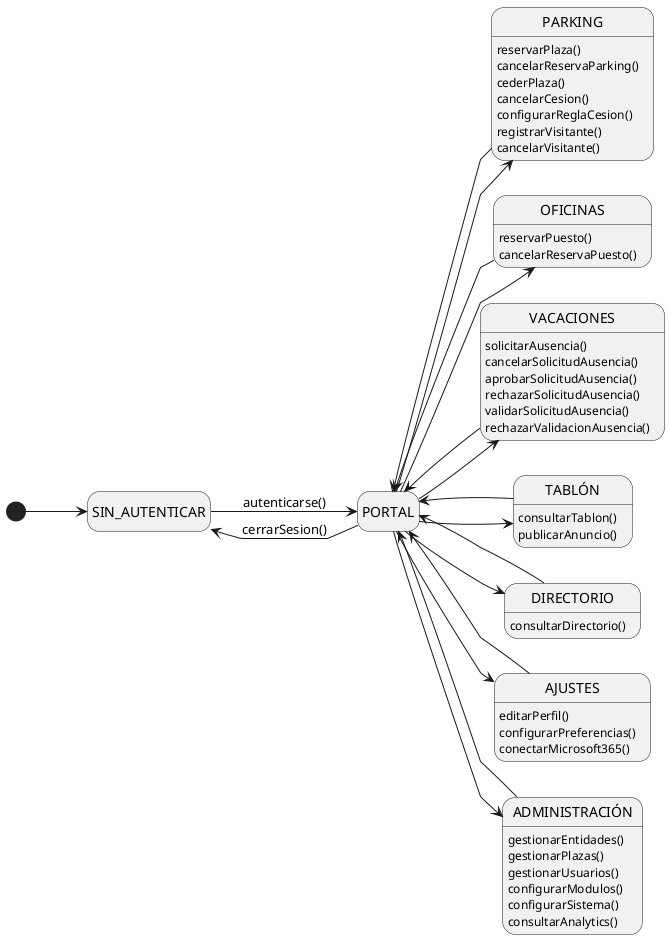
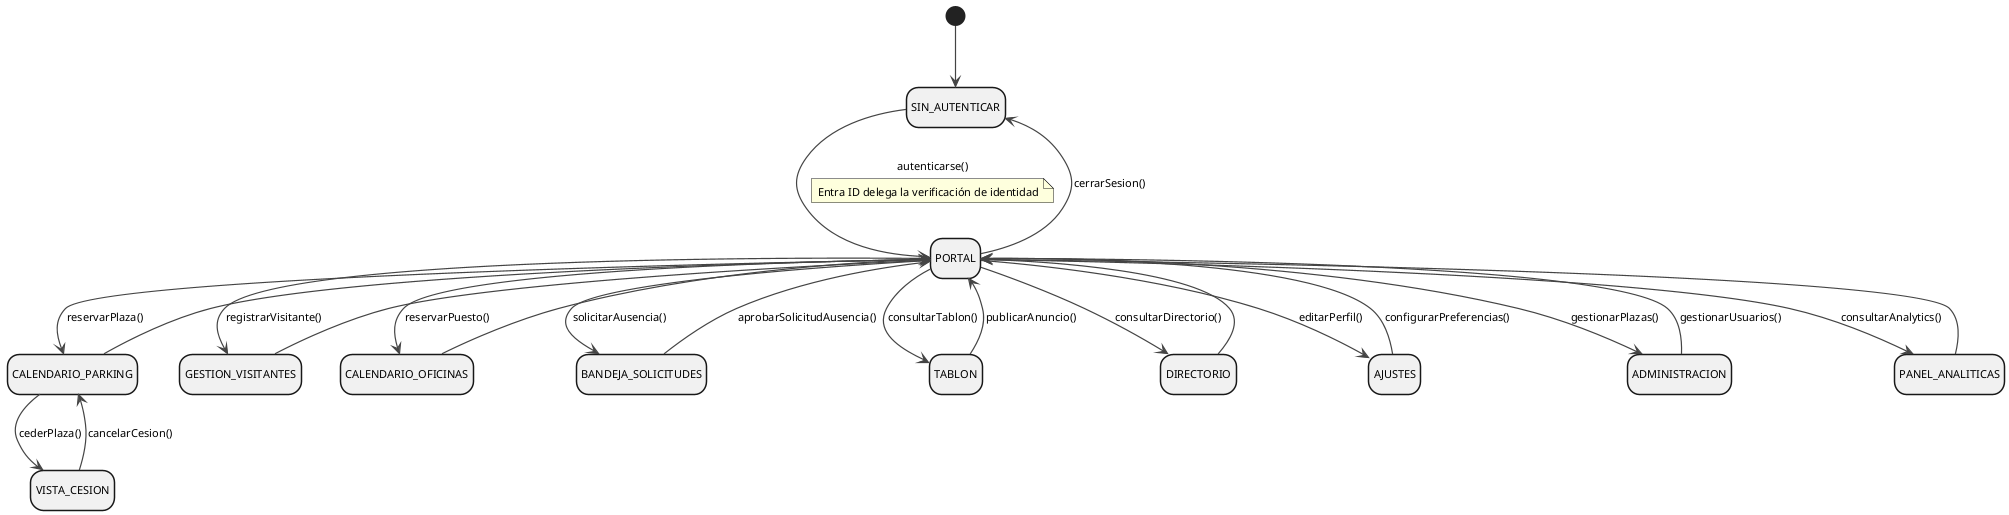
@startuml contexto

- left to right direction
- skinparam linetype polyline
hide empty description
+ skinparam defaultFontName Arial
+ skinparam defaultFontSize 11
+ skinparam stateBorderThickness 1.5
+ skinparam arrowThickness 1.2
+ skinparam arrowColor #444444

state "SIN_AUTENTICAR" as SinAuth
- 
state "PORTAL" as Portal

- state "PARKING" as Parking {
-   Parking : reservarPlaza()
-   Parking : cancelarReservaParking()
-   Parking : cederPlaza()
-   Parking : cancelarCesion()
-   Parking : configurarReglaCesion()
-   Parking : registrarVisitante()
-   Parking : cancelarVisitante()
- }
+ state "CALENDARIO_PARKING" as CalParking
+ state "VISTA_CESION" as VistaCesion
+ state "GESTION_VISITANTES" as GestionVisitantes
+ state "CALENDARIO_OFICINAS" as CalOficinas
+ state "BANDEJA_SOLICITUDES" as BandejaSolicitudes
+ state "TABLON" as Tablon
+ state "DIRECTORIO" as Directorio
+ state "AJUSTES" as Ajustes
+ state "ADMINISTRACION" as Administracion
+ state "PANEL_ANALITICAS" as PanelAnaliticas

- state "OFICINAS" as Oficinas {
-   Oficinas : reservarPuesto()
-   Oficinas : cancelarReservaPuesto()
- }
+ ' ── Entrada y salida ────────────────────────────────────────────────────────

- state "VACACIONES" as Vacaciones {
-   Vacaciones : solicitarAusencia()
-   Vacaciones : cancelarSolicitudAusencia()
-   Vacaciones : aprobarSolicitudAusencia()
-   Vacaciones : rechazarSolicitudAusencia()
-   Vacaciones : validarSolicitudAusencia()
-   Vacaciones : rechazarValidacionAusencia()
- }
+ [*] --> SinAuth

- state "TABLÓN" as Tablon {
-   Tablon : consultarTablon()
-   Tablon : publicarAnuncio()
- }
+ SinAuth --> Portal : autenticarse()
+ note on link
+   Entra ID delega la verificación de identidad
+ end note

- state "DIRECTORIO" as Directorio {
-   Directorio : consultarDirectorio()
- }
+ Portal --> SinAuth : cerrarSesion()

- state "AJUSTES" as Ajustes {
-   Ajustes : editarPerfil()
-   Ajustes : configurarPreferencias()
-   Ajustes : conectarMicrosoft365()
- }
+ ' ── Parking ──────────────────────────────────────────────────────────────────

- state "ADMINISTRACIÓN" as Admin {
-   Admin : gestionarEntidades()
-   Admin : gestionarPlazas()
-   Admin : gestionarUsuarios()
-   Admin : configurarModulos()
-   Admin : configurarSistema()
-   Admin : consultarAnalytics()
- }
+ Portal --> CalParking : reservarPlaza()
+ CalParking --> Portal

- [*]        --> SinAuth
+ Portal --> GestionVisitantes : registrarVisitante()
+ GestionVisitantes --> Portal

- SinAuth    --> Portal      : autenticarse()
- Portal     --> SinAuth     : cerrarSesion()
+ CalParking --> VistaCesion : cederPlaza()
+ VistaCesion --> CalParking : cancelarCesion()

- Portal     --> Parking
- Portal     --> Oficinas
- Portal     --> Vacaciones
- Portal     --> Tablon
- Portal     --> Directorio
- Portal     --> Ajustes
- Portal     --> Admin
+ ' ── Oficinas ─────────────────────────────────────────────────────────────────

- Parking    --> Portal
- Oficinas   --> Portal
- Vacaciones --> Portal
- Tablon     --> Portal
+ Portal --> CalOficinas : reservarPuesto()
+ CalOficinas --> Portal
+ 
+ ' ── Vacaciones ───────────────────────────────────────────────────────────────
+ 
+ Portal --> BandejaSolicitudes : solicitarAusencia()
+ BandejaSolicitudes --> Portal : aprobarSolicitudAusencia()
+ 
+ ' ── Tablón ───────────────────────────────────────────────────────────────────
+ 
+ Portal --> Tablon : consultarTablon()
+ Tablon --> Portal : publicarAnuncio()
+ 
+ ' ── Directorio ───────────────────────────────────────────────────────────────
+ 
+ Portal --> Directorio : consultarDirectorio()
Directorio --> Portal
- Ajustes    --> Portal
- Admin      --> Portal
+ 
+ ' ── Ajustes ──────────────────────────────────────────────────────────────────
+ 
+ Portal --> Ajustes : editarPerfil()
+ Ajustes --> Portal : configurarPreferencias()
+ 
+ ' ── Administración ───────────────────────────────────────────────────────────
+ 
+ Portal --> Administracion : gestionarPlazas()
+ Administracion --> Portal : gestionarUsuarios()
+ 
+ ' ── Panel ────────────────────────────────────────────────────────────────────
+ 
+ Portal --> PanelAnaliticas : consultarAnalytics()
+ PanelAnaliticas --> Portal

@enduml
